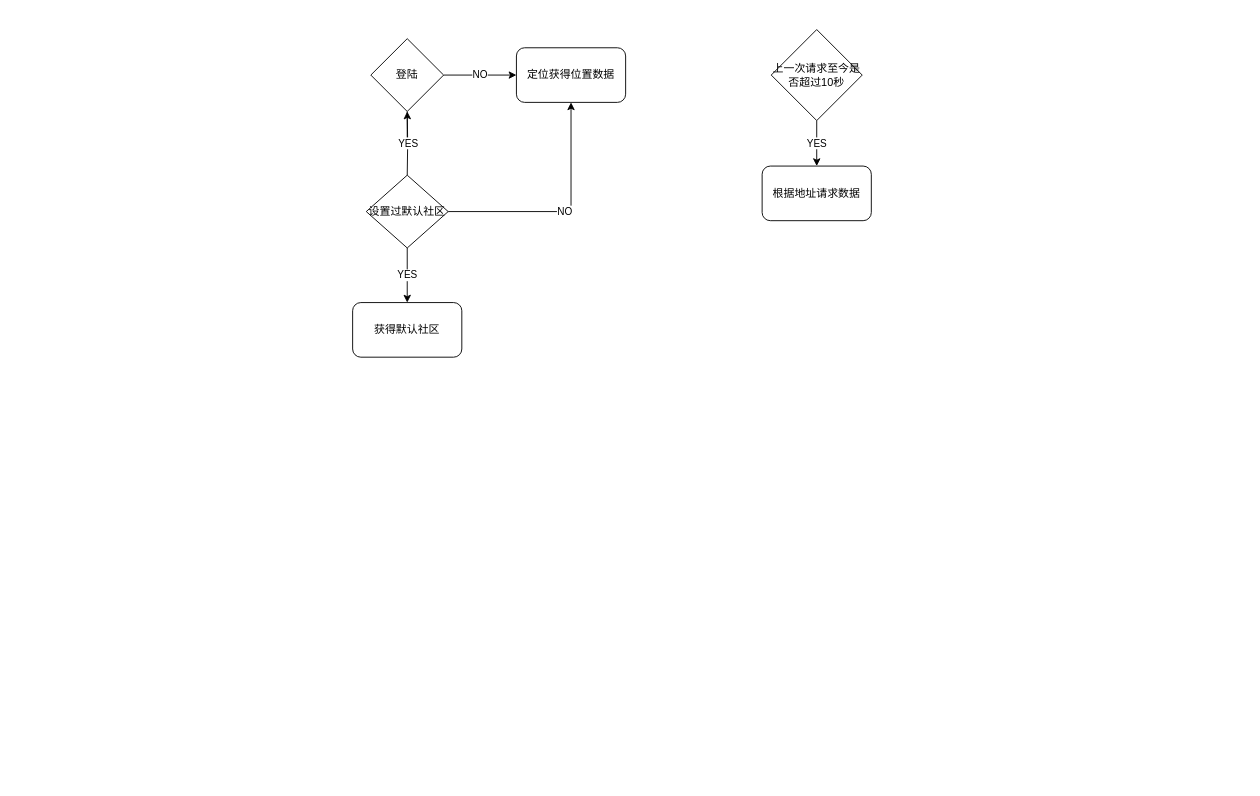
Before: Untitled Diagram.drawio in salmonzhg/drawbox, a draw.io diagram. Source tidied: cells renumbered, new cells numbered last; positions are measured from the earlier drawing's top-left corner, leaving out a move shared by most shapes. Both pictures are drawn from the tidied source at 91%, with x=0, y=0 at pixel (352, 29).
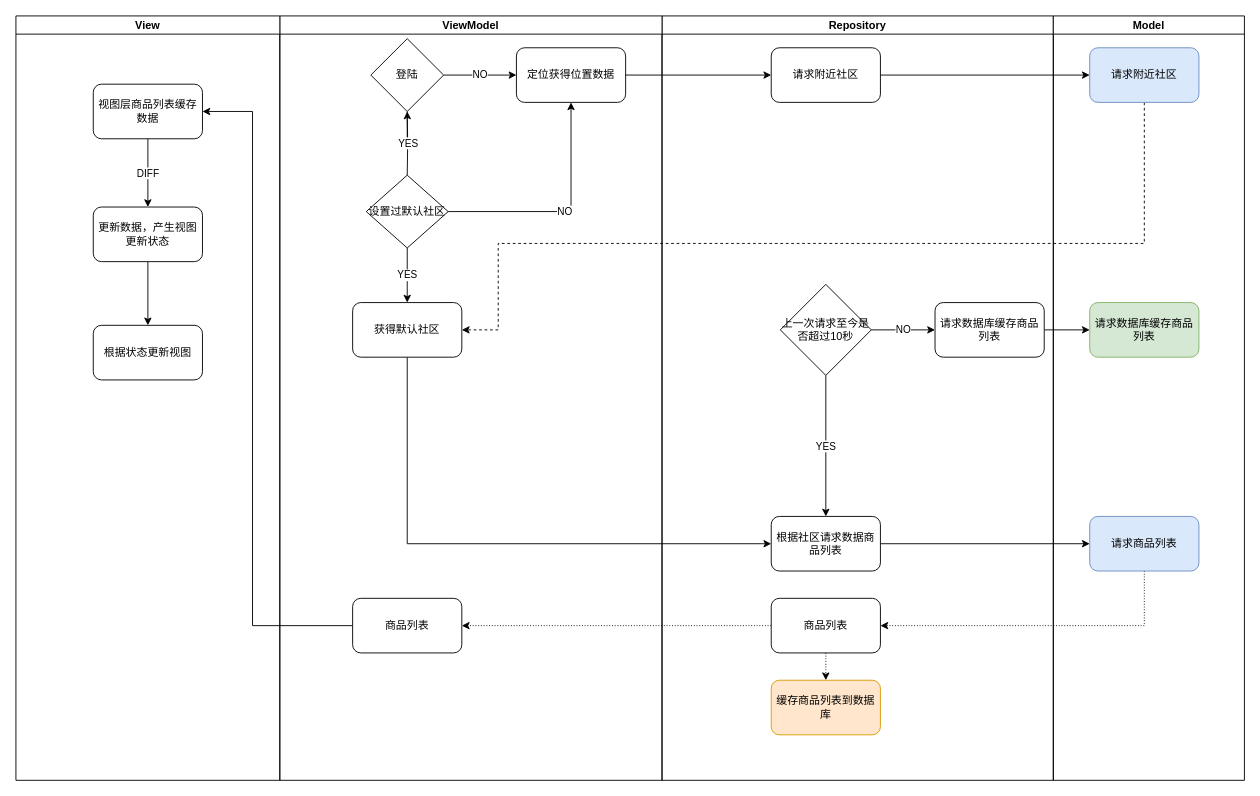
Above is the later version.

The change refers to these unchanged cells:
```xml
<mxCell id="5" value="定位获得位置数据" style="rounded=1;whiteSpace=wrap;html=1;" parent="1" vertex="1">
  <mxGeometry x="180" y="20" width="120" height="60" as="geometry" />
</mxCell>
<mxCell id="10" value="获得默认社区" style="rounded=1;whiteSpace=wrap;html=1;" parent="1" vertex="1">
  <mxGeometry y="300" width="120" height="60" as="geometry" />
</mxCell>
```

The edit, as a diff of the source:
```diff
@@
+    <mxCell id="14" style="edgeStyle=orthogonalEdgeStyle;rounded=0;jettySize=auto;html=1;exitX=1;exitY=0.5;exitDx=0;exitDy=0;entryX=0;entryY=0.5;entryDx=0;entryDy=0;" parent="1" edge="1" source="5" target="33">
+      <mxGeometry relative="1" as="geometry" />
+    </mxCell>
@@
+    <mxCell id="15" style="edgeStyle=orthogonalEdgeStyle;rounded=0;jettySize=auto;html=1;dashed=1;entryX=1;entryY=0.5;entryDx=0;entryDy=0;" parent="1" edge="1" source="22" target="10">
+      <mxGeometry relative="1" as="geometry">
+        <Array as="points">
+          <mxPoint x="870" y="235" />
+          <mxPoint x="160" y="235" />
+          <mxPoint x="160" y="330" />
+        </Array>
+      </mxGeometry>
+    </mxCell>
+    <mxCell id="16" style="edgeStyle=orthogonalEdgeStyle;rounded=0;jettySize=auto;html=1;exitX=0.5;exitY=1;exitDx=0;exitDy=0;entryX=0;entryY=0.5;entryDx=0;entryDy=0;" parent="1" edge="1" source="10" target="11">
+      <mxGeometry relative="1" as="geometry" />
+    </mxCell>
@@
+    <mxCell id="17" style="edgeStyle=orthogonalEdgeStyle;rounded=0;jettySize=auto;html=1;exitX=1;exitY=0.5;exitDx=0;exitDy=0;" parent="1" edge="1" source="11" target="25">
+      <mxGeometry relative="1" as="geometry" />
+    </mxCell>
-    <mxCell id="11" value="根据地址请求数据" style="rounded=1;whiteSpace=wrap;html=1;" parent="1" vertex="1">
-      <mxGeometry x="450" y="150" width="120" height="60" as="geometry" />
+    <mxCell id="11" value="根据社区请求数据商品列表" style="rounded=1;whiteSpace=wrap;html=1;" parent="1" vertex="1">
+      <mxGeometry x="460" y="535" width="120" height="60" as="geometry" />
     </mxCell>
@@
+    <mxCell id="18" value="NO" style="edgeStyle=orthogonalEdgeStyle;rounded=0;jettySize=auto;html=1;exitX=1;exitY=0.5;exitDx=0;exitDy=0;entryX=0;entryY=0.5;entryDx=0;entryDy=0;" parent="1" edge="1" source="13" target="20">
+      <mxGeometry relative="1" as="geometry" />
+    </mxCell>
     <mxCell id="13" value="上一次请求至今是否超过10秒" style="rhombus;whiteSpace=wrap;html=1;" parent="1" vertex="1">
-      <mxGeometry x="460" width="100" height="100" as="geometry" />
+      <mxGeometry x="470" y="280" width="100" height="100" as="geometry" />
     </mxCell>
+    <mxCell id="19" style="edgeStyle=orthogonalEdgeStyle;rounded=0;jettySize=auto;html=1;exitX=1;exitY=0.5;exitDx=0;exitDy=0;entryX=0;entryY=0.5;entryDx=0;entryDy=0;" parent="1" edge="1" source="20" target="23">
+      <mxGeometry relative="1" as="geometry" />
+    </mxCell>
+    <mxCell id="20" value="请求数据库缓存商品列表" style="rounded=1;whiteSpace=wrap;html=1;" parent="1" vertex="1">
+      <mxGeometry x="640" y="300" width="120" height="60" as="geometry" />
+    </mxCell>
+    <mxCell id="21" style="edgeStyle=orthogonalEdgeStyle;rounded=0;jettySize=auto;html=1;exitX=1;exitY=0.5;exitDx=0;exitDy=0;entryX=0;entryY=0.5;entryDx=0;entryDy=0;" parent="1" edge="1" source="33" target="22">
+      <mxGeometry relative="1" as="geometry" />
+    </mxCell>
+    <mxCell id="22" value="请求附近社区" style="rounded=1;whiteSpace=wrap;html=1;fillColor=#dae8fc;strokeColor=#6c8ebf;" parent="1" vertex="1">
+      <mxGeometry x="810" y="20" width="120" height="60" as="geometry" />
+    </mxCell>
+    <mxCell id="23" value="&lt;span style=&quot;white-space: normal&quot;&gt;请求数据库缓存商品列表&lt;/span&gt;" style="rounded=1;whiteSpace=wrap;html=1;fillColor=#d5e8d4;strokeColor=#82b366;" parent="1" vertex="1">
+      <mxGeometry x="810" y="300" width="120" height="60" as="geometry" />
+    </mxCell>
+    <mxCell id="24" style="edgeStyle=orthogonalEdgeStyle;rounded=0;jettySize=auto;html=1;exitX=0.5;exitY=1;exitDx=0;exitDy=0;entryX=1;entryY=0.5;entryDx=0;entryDy=0;dashed=1;dashPattern=1 2;" parent="1" edge="1" source="25" target="31">
+      <mxGeometry relative="1" as="geometry" />
+    </mxCell>
+    <mxCell id="25" value="请求商品列表" style="rounded=1;whiteSpace=wrap;html=1;fillColor=#dae8fc;strokeColor=#6c8ebf;" parent="1" vertex="1">
+      <mxGeometry x="810" y="535" width="120" height="60" as="geometry" />
+    </mxCell>
+    <mxCell id="26" style="edgeStyle=orthogonalEdgeStyle;rounded=0;jettySize=auto;html=1;exitX=0;exitY=0.5;exitDx=0;exitDy=0;entryX=1;entryY=0.5;entryDx=0;entryDy=0;" parent="1" edge="1" source="27" target="38">
+      <mxGeometry relative="1" as="geometry">
+        <Array as="points">
+          <mxPoint x="-110" y="655" />
+          <mxPoint x="-110" y="90" />
+        </Array>
+      </mxGeometry>
+    </mxCell>
+    <mxCell id="27" value="商品列表" style="rounded=1;whiteSpace=wrap;html=1;" parent="1" vertex="1">
+      <mxGeometry y="625" width="120" height="60" as="geometry" />
+    </mxCell>
+    <mxCell id="28" value="缓存商品列表到数据库" style="rounded=1;whiteSpace=wrap;html=1;fillColor=#ffe6cc;strokeColor=#d79b00;" parent="1" vertex="1">
+      <mxGeometry x="460" y="715" width="120" height="60" as="geometry" />
+    </mxCell>
+    <mxCell id="29" style="edgeStyle=orthogonalEdgeStyle;rounded=0;jettySize=auto;html=1;exitX=0.5;exitY=1;exitDx=0;exitDy=0;entryX=0.5;entryY=0;entryDx=0;entryDy=0;dashed=1;dashPattern=1 2;" parent="1" edge="1" source="31" target="28">
+      <mxGeometry relative="1" as="geometry" />
+    </mxCell>
+    <mxCell id="30" style="edgeStyle=orthogonalEdgeStyle;rounded=0;jettySize=auto;html=1;exitX=0;exitY=0.5;exitDx=0;exitDy=0;entryX=1;entryY=0.5;entryDx=0;entryDy=0;dashed=1;dashPattern=1 2;" parent="1" edge="1" source="31" target="27">
+      <mxGeometry relative="1" as="geometry" />
+    </mxCell>
+    <mxCell id="31" value="商品列表" style="rounded=1;whiteSpace=wrap;html=1;" parent="1" vertex="1">
+      <mxGeometry x="460" y="625" width="120" height="60" as="geometry" />
+    </mxCell>
+    <mxCell id="32" value="Repository" style="swimlane;startSize=20;" parent="1" vertex="1">
+      <mxGeometry x="340" y="-15" width="430" height="840" as="geometry" />
+    </mxCell>
+    <mxCell id="33" value="请求附近社区" style="rounded=1;whiteSpace=wrap;html=1;" parent="32" vertex="1">
+      <mxGeometry x="120" y="35" width="120" height="60" as="geometry" />
+    </mxCell>
+    <mxCell id="34" value="ViewModel" style="swimlane;startSize=20;" parent="1" vertex="1">
+      <mxGeometry x="-80" y="-15" width="420" height="840" as="geometry" />
+    </mxCell>
+    <mxCell id="35" value="Model" style="swimlane;startSize=20;" parent="1" vertex="1">
+      <mxGeometry x="770" y="-15" width="210" height="840" as="geometry" />
+    </mxCell>
+    <mxCell id="36" value="View" style="swimlane;startSize=20;" parent="1" vertex="1">
+      <mxGeometry x="-370" y="-15" width="290" height="840" as="geometry" />
+    </mxCell>
+    <mxCell id="37" value="DIFF" style="edgeStyle=orthogonalEdgeStyle;rounded=0;jettySize=auto;html=1;exitX=0.5;exitY=1;exitDx=0;exitDy=0;entryX=0.5;entryY=0;entryDx=0;entryDy=0;" parent="36" edge="1" source="38" target="40">
+      <mxGeometry relative="1" as="geometry" />
+    </mxCell>
+    <mxCell id="38" value="视图层商品列表缓存数据" style="rounded=1;whiteSpace=wrap;html=1;" parent="36" vertex="1">
+      <mxGeometry x="85" y="75" width="120" height="60" as="geometry" />
+    </mxCell>
+    <mxCell id="39" style="edgeStyle=orthogonalEdgeStyle;rounded=0;jettySize=auto;html=1;exitX=0.5;exitY=1;exitDx=0;exitDy=0;" parent="36" edge="1" source="40" target="41">
+      <mxGeometry relative="1" as="geometry" />
+    </mxCell>
+    <mxCell id="40" value="更新数据，产生视图更新状态" style="rounded=1;whiteSpace=wrap;html=1;" parent="36" vertex="1">
+      <mxGeometry x="85" y="210" width="120" height="60" as="geometry" />
+    </mxCell>
+    <mxCell id="41" value="根据状态更新视图" style="rounded=1;whiteSpace=wrap;html=1;" parent="36" vertex="1">
+      <mxGeometry x="85" y="340" width="120" height="60" as="geometry" />
+    </mxCell>
```
